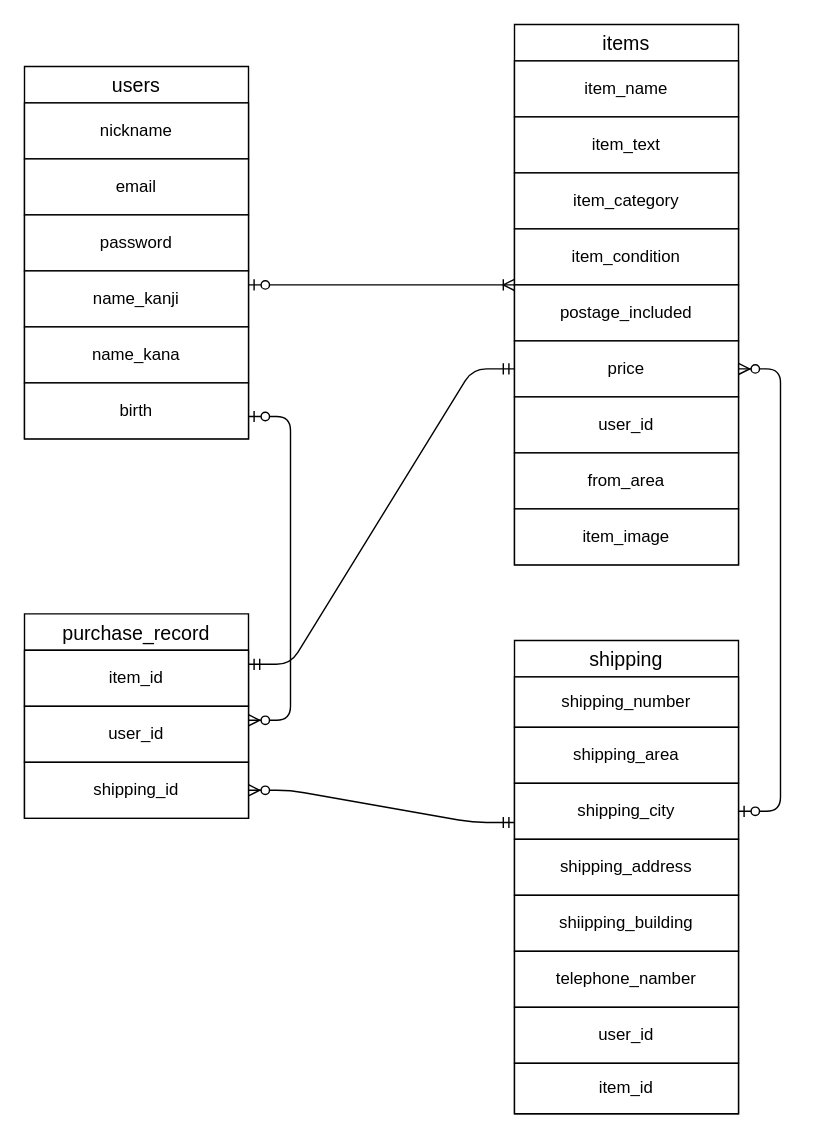
Above: config/test.dio in EIJIKUROKAWA/furima-37290 (draw.io), before the change. Source tidied: cells renumbered, new cells numbered last; positions are measured from the earlier drawing's top-left corner, leaving out a move shared by most shapes. Both pictures are drawn from the tidied source at 140%, with x=0, y=0 at pixel (24, 24).
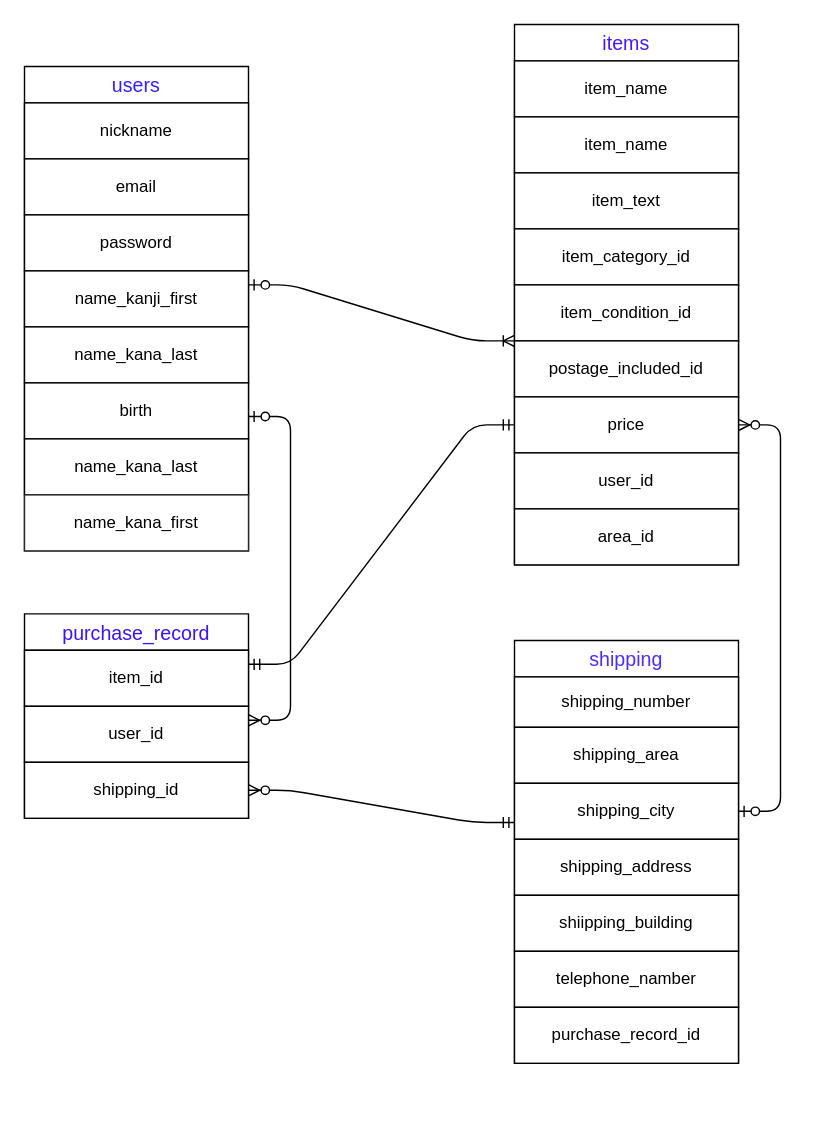
The same diagram, later.

Commit message (it also covers changes not shown here):
issue3 修正済み

The edit, as a diff of the source:
```diff
@@
-    <mxCell id="2" value="users" style="swimlane;fontStyle=0;horizontal=1;startSize=26;align=center;fontSize=14;" parent="1" vertex="1">
-      <mxGeometry y="30" width="160" height="266" as="geometry" />
+    <mxCell id="2" value="users" style="swimlane;fontStyle=0;horizontal=1;startSize=26;align=center;fontSize=14;fontColor=#3224FF;" parent="1" vertex="1">
+      <mxGeometry y="30" width="160" height="346" as="geometry" />
     </mxCell>
@@
-    <mxCell id="6" value="name_kanji" style="whiteSpace=wrap;html=1;align=center;" parent="2" vertex="1">
+    <mxCell id="6" value="name_kanji_first" style="whiteSpace=wrap;html=1;align=center;" parent="2" vertex="1">
       <mxGeometry y="146" width="160" height="40" as="geometry" />
     </mxCell>
-    <mxCell id="7" value="name_kana" style="whiteSpace=wrap;html=1;align=center;" parent="2" vertex="1">
+    <mxCell id="7" value="name_kana_last" style="whiteSpace=wrap;html=1;align=center;" parent="2" vertex="1">
       <mxGeometry y="186" width="160" height="40" as="geometry" />
     </mxCell>
@@
+    <mxCell id="38" value="name_kana_last" style="whiteSpace=wrap;html=1;align=center;" parent="2" vertex="1">
+      <mxGeometry y="266" width="160" height="40" as="geometry" />
+    </mxCell>
+    <mxCell id="39" value="&lt;font color=&quot;#000000&quot;&gt;name_kana_first&lt;/font&gt;" style="whiteSpace=wrap;html=1;align=center;fontColor=#4A2EFF;strokeColor=#292929;" parent="2" vertex="1">
+      <mxGeometry y="306" width="160" height="40" as="geometry" />
+    </mxCell>
-    <mxCell id="9" value="items" style="swimlane;fontStyle=0;horizontal=1;startSize=26;align=center;fontSize=14;" parent="1" vertex="1">
+    <mxCell id="9" value="items" style="swimlane;fontStyle=0;horizontal=1;startSize=26;align=center;fontSize=14;fontColor=#4719FF;" parent="1" vertex="1">
       <mxGeometry x="350" width="160" height="386" as="geometry" />
     </mxCell>
@@
+    <mxCell id="40" value="item_name" style="whiteSpace=wrap;html=1;align=center;" parent="9" vertex="1">
+      <mxGeometry y="66" width="160" height="40" as="geometry" />
+    </mxCell>
     <mxCell id="11" value="item_text" style="whiteSpace=wrap;html=1;align=center;" parent="9" vertex="1">
-      <mxGeometry y="66" width="160" height="40" as="geometry" />
+      <mxGeometry y="106" width="160" height="40" as="geometry" />
     </mxCell>
-    <mxCell id="12" value="item_category" style="whiteSpace=wrap;html=1;align=center;" parent="9" vertex="1">
-      <mxGeometry y="106" width="160" height="40" as="geometry" />
+    <mxCell id="12" value="item_category_id" style="whiteSpace=wrap;html=1;align=center;" parent="9" vertex="1">
+      <mxGeometry y="146" width="160" height="40" as="geometry" />
     </mxCell>
-    <mxCell id="13" value="item_condition" style="whiteSpace=wrap;html=1;align=center;" parent="9" vertex="1">
-      <mxGeometry y="146" width="160" height="40" as="geometry" />
+    <mxCell id="13" value="item_condition_id" style="whiteSpace=wrap;html=1;align=center;" parent="9" vertex="1">
+      <mxGeometry y="186" width="160" height="40" as="geometry" />
     </mxCell>
-    <mxCell id="14" value="postage_included" style="whiteSpace=wrap;html=1;align=center;" parent="9" vertex="1">
-      <mxGeometry y="186" width="160" height="40" as="geometry" />
+    <mxCell id="14" value="postage_included_id" style="whiteSpace=wrap;html=1;align=center;" parent="9" vertex="1">
+      <mxGeometry y="226" width="160" height="40" as="geometry" />
     </mxCell>
     <mxCell id="15" value="price" style="whiteSpace=wrap;html=1;align=center;" parent="9" vertex="1">
-      <mxGeometry y="226" width="160" height="40" as="geometry" />
+      <mxGeometry y="266" width="160" height="40" as="geometry" />
     </mxCell>
     <mxCell id="16" value="user_id" style="whiteSpace=wrap;html=1;align=center;" parent="9" vertex="1">
-      <mxGeometry y="266" width="160" height="40" as="geometry" />
+      <mxGeometry y="306" width="160" height="40" as="geometry" />
     </mxCell>
-    <mxCell id="17" value="from_area" style="whiteSpace=wrap;html=1;align=center;" parent="9" vertex="1">
-      <mxGeometry y="306" width="160" height="40" as="geometry" />
+    <mxCell id="17" value="area_id" style="whiteSpace=wrap;html=1;align=center;" parent="9" vertex="1">
+      <mxGeometry y="346" width="160" height="40" as="geometry" />
     </mxCell>
-    <mxCell id="18" value="item_image" style="whiteSpace=wrap;html=1;align=center;" parent="9" vertex="1">
-      <mxGeometry y="346" width="160" height="40" as="geometry" />
-    </mxCell>
-    <mxCell id="19" value="shipping" style="swimlane;fontStyle=0;horizontal=1;startSize=26;align=center;fontSize=14;" parent="1" vertex="1">
-      <mxGeometry x="350" y="440" width="160" height="338" as="geometry" />
+    <mxCell id="19" value="shipping" style="swimlane;fontStyle=0;horizontal=1;startSize=26;align=center;fontSize=14;fontColor=#4A2EFF;" parent="1" vertex="1">
+      <mxGeometry x="350" y="440" width="160" height="302" as="geometry" />
     </mxCell>
@@
-    <mxCell id="26" value="user_id" style="whiteSpace=wrap;html=1;align=center;" parent="19" vertex="1">
+    <mxCell id="26" value="purchase_record_id" style="whiteSpace=wrap;html=1;align=center;" parent="19" vertex="1">
       <mxGeometry y="262" width="160" height="40" as="geometry" />
     </mxCell>
-    <mxCell id="27" value="item_id" style="whiteSpace=wrap;html=1;align=center;" parent="19" vertex="1">
-      <mxGeometry y="302" width="160" height="36" as="geometry" />
-    </mxCell>
@@
-    <mxCell id="30" value="purchase_record" style="swimlane;fontStyle=0;horizontal=1;startSize=26;align=center;fontSize=14;" parent="1" vertex="1">
+    <mxCell id="30" value="purchase_record" style="swimlane;fontStyle=0;horizontal=1;startSize=26;align=center;fontSize=14;labelBorderColor=none;fontColor=#3C14FF;" parent="1" vertex="1">
       <mxGeometry y="421" width="160" height="146" as="geometry" />
     </mxCell>
```
